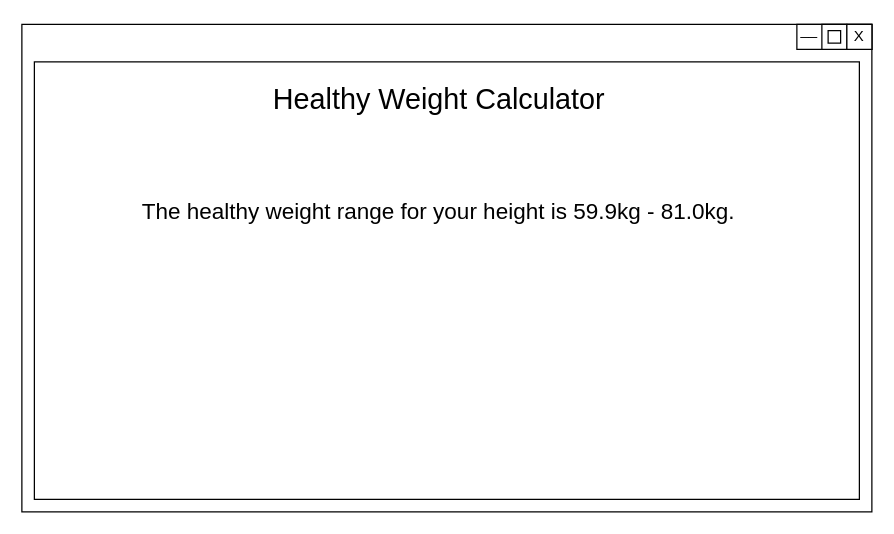
This is HealthyWeightCalculator.drawio from kkuvaldina/draw.io, a draw.io file, before an edit. Source tidied: cells renumbered, new cells numbered last; positions are measured from the earlier drawing's top-left corner, leaving out a move shared by most shapes. Both pictures are drawn from the tidied source at 125%, with x=0, y=0 at pixel (21, 24).
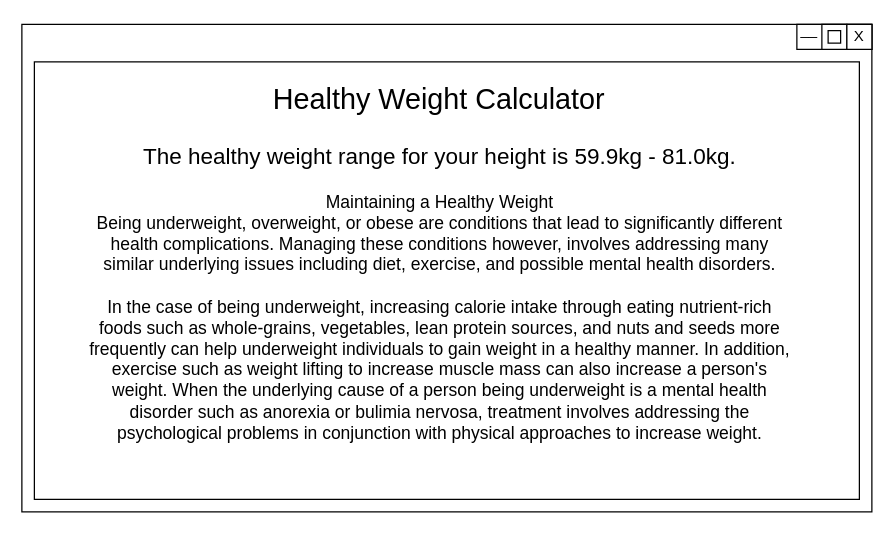
The same page after the edit.

What changed in the source:
```diff
@@
 <mxGraphModel>
   <root>
     <mxCell id="0" />
     <mxCell id="1" parent="0" />
     <mxCell id="2" style="rounded=0;whiteSpace=wrap;html=1;" parent="1" vertex="1">
       <mxGeometry width="680" height="390" as="geometry" />
     </mxCell>
     <mxCell id="3" style="rounded=0;whiteSpace=wrap;html=1;" parent="1" vertex="1">
       <mxGeometry x="620" width="60" height="20" as="geometry" />
     </mxCell>
     <mxCell id="4" style="whiteSpace=wrap;html=1;" parent="1" vertex="1">
       <mxGeometry x="640" width="20" height="20" as="geometry" />
     </mxCell>
     <mxCell id="5" style="whiteSpace=wrap;html=1;" parent="1" vertex="1">
       <mxGeometry x="660" width="20" height="20" as="geometry" />
     </mxCell>
     <mxCell id="6" style="whiteSpace=wrap;html=1;" parent="1" vertex="1">
       <mxGeometry x="645" y="5" width="10" height="10" as="geometry" />
     </mxCell>
     <mxCell id="7" value="X" style="text;html=1;strokeColor=none;fillColor=none;align=center;verticalAlign=middle;whiteSpace=wrap;rounded=0;" parent="1" vertex="1">
       <mxGeometry x="660" width="20" height="20" as="geometry" />
     </mxCell>
     <mxCell id="8" value="__" style="text;html=1;strokeColor=none;fillColor=none;align=center;verticalAlign=middle;whiteSpace=wrap;rounded=0;" parent="1" vertex="1">
       <mxGeometry x="620" width="20" height="10" as="geometry" />
     </mxCell>
     <mxCell id="9" style="rounded=0;whiteSpace=wrap;html=1;" parent="1" vertex="1">
       <mxGeometry x="10" y="30" width="660" height="350" as="geometry" />
     </mxCell>
     <mxCell id="10" value="&lt;div&gt;Healthy Weight Calculator&lt;/div&gt;" style="text;html=1;strokeColor=none;fillColor=none;align=center;verticalAlign=middle;whiteSpace=wrap;rounded=0;fontSize=23;" parent="1" vertex="1">
       <mxGeometry x="154" y="30" width="360" height="60" as="geometry" />
     </mxCell>
-    <mxCell id="11" value="&lt;div&gt;&lt;div&gt;&lt;span style=&quot;font-size: 18px&quot;&gt;The healthy weight range for your height is 59.9kg - 81.0kg.&lt;/span&gt;&lt;/div&gt;&lt;/div&gt;" style="text;html=1;strokeColor=none;fillColor=none;align=center;verticalAlign=middle;whiteSpace=wrap;rounded=0;" parent="1" vertex="1">
-      <mxGeometry x="52" y="70" width="563" height="160" as="geometry" />
+    <mxCell id="11" value="&lt;div&gt;&lt;div&gt;&lt;span style=&quot;font-size: 18px&quot;&gt;The healthy weight range for your height is 59.9kg - 81.0kg.&lt;/span&gt;&lt;/div&gt;&lt;/div&gt;&lt;div style=&quot;font-size: 14px&quot;&gt;&lt;div&gt;&lt;span&gt;&lt;br&gt;&lt;/span&gt;&lt;/div&gt;&lt;div&gt;&lt;span&gt;Maintaining a Healthy Weight&lt;/span&gt;&lt;/div&gt;&lt;div&gt;&lt;span&gt;Being underweight, overweight, or obese are conditions that lead to significantly different health complications. Managing these conditions however, involves addressing many similar underlying issues including diet, exercise, and possible mental health disorders.&lt;/span&gt;&lt;/div&gt;&lt;div&gt;&lt;span&gt;&lt;br&gt;&lt;/span&gt;&lt;/div&gt;&lt;div&gt;&lt;span&gt;In the case of being underweight, increasing calorie intake through eating nutrient-rich foods such as whole-grains, vegetables, lean protein sources, and nuts and seeds more frequently can help underweight individuals to gain weight in a healthy manner. In addition, exercise such as weight lifting to increase muscle mass can also increase a person's weight. When the underlying cause of a person being underweight is a mental health disorder such as anorexia or bulimia nervosa, treatment involves addressing the psychological problems in conjunction with physical approaches to increase weight.&lt;/span&gt;&lt;/div&gt;&lt;/div&gt;" style="text;html=1;strokeColor=none;fillColor=none;align=center;verticalAlign=middle;whiteSpace=wrap;rounded=0;" parent="1" vertex="1">
+      <mxGeometry x="53" y="80" width="563" height="270" as="geometry" />
     </mxCell>
   </root>
 </mxGraphModel>
```
